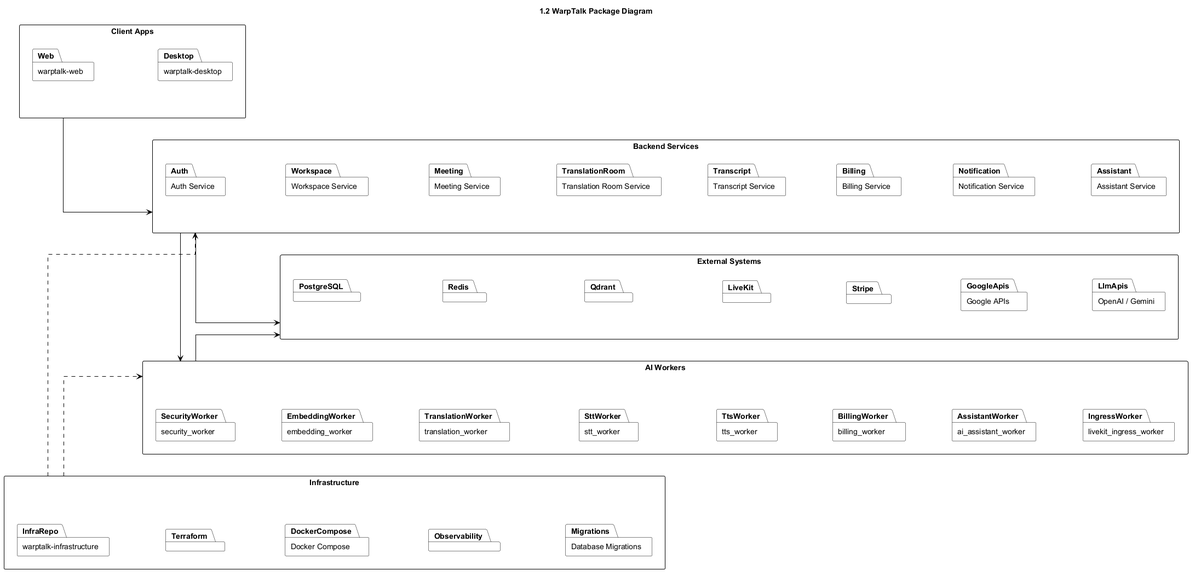
The PlantUML diagram .agents/resources/package diagram/warptalk-package-diagram.png in WarpTalk-CapstoneProject/warptalk-backend, before a commit. The source it was exported from:
```plantuml
@startuml
title 1.2 WarpTalk Package Diagram

left to right direction
hide circle
hide empty members

skinparam monochrome true
skinparam shadowing false
skinparam linetype ortho
skinparam nodesep 60
skinparam ranksep 85
skinparam ArrowFontSize 11
skinparam packageStyle rectangle
skinparam packageBackgroundColor White
skinparam packageBorderColor Black
skinparam ArrowColor Black

package "Client Apps" as ClientApps {
  package "warptalk-web" as Web
  package "warptalk-desktop" as Desktop

  Web -[hidden]down- Desktop
}

package "Backend Services" as Backend {
  package "Auth Service" as Auth
  package "Workspace Service" as Workspace
  package "Meeting Service" as Meeting
  package "Translation Room Service" as TranslationRoom
  package "Transcript Service" as Transcript
  package "Billing Service" as Billing
  package "Notification Service" as Notification
  package "Assistant Service" as Assistant

  Auth -[hidden]down- Workspace
  Workspace -[hidden]down- Meeting
  Meeting -[hidden]down- TranslationRoom
  TranslationRoom -[hidden]down- Transcript
  Transcript -[hidden]down- Billing
  Billing -[hidden]down- Notification
  Notification -[hidden]down- Assistant
}

package "AI Workers" as AIWorkers {
  package "security_worker" as SecurityWorker
  package "embedding_worker" as EmbeddingWorker
  package "translation_worker" as TranslationWorker
  package "stt_worker" as SttWorker
  package "tts_worker" as TtsWorker
  package "billing_worker" as BillingWorker
  package "ai_assistant_worker" as AssistantWorker
  package "livekit_ingress_worker" as IngressWorker

  SecurityWorker -[hidden]down- EmbeddingWorker
  EmbeddingWorker -[hidden]down- TranslationWorker
  TranslationWorker -[hidden]down- SttWorker
  SttWorker -[hidden]down- TtsWorker
  TtsWorker -[hidden]down- BillingWorker
  BillingWorker -[hidden]down- AssistantWorker
  AssistantWorker -[hidden]down- IngressWorker
}

package "Infrastructure" as Infrastructure {
  package "warptalk-infrastructure" as InfraRepo
  package "Terraform" as Terraform
  package "Docker Compose" as DockerCompose
  package "Observability" as Observability
  package "Database Migrations" as Migrations

  InfraRepo -[hidden]down- Terraform
  Terraform -[hidden]down- DockerCompose
  DockerCompose -[hidden]down- Observability
  Observability -[hidden]down- Migrations
}

package "External Systems" as ExternalSystems {
  package "PostgreSQL" as PostgreSQL
  package "Redis" as Redis
  package "Qdrant" as Qdrant
  package "LiveKit" as LiveKit
  package "Stripe" as Stripe
  package "Google APIs" as GoogleApis
  package "OpenAI / Gemini" as LlmApis

  PostgreSQL -[hidden]down- Redis
  Redis -[hidden]down- Qdrant
  Qdrant -[hidden]down- LiveKit
  LiveKit -[hidden]down- Stripe
  Stripe -[hidden]down- GoogleApis
  GoogleApis -[hidden]down- LlmApis
}

ClientApps --> Backend
Backend --> AIWorkers
Backend --> ExternalSystems
AIWorkers --> ExternalSystems
Infrastructure ..> Backend
Infrastructure ..> AIWorkers

ClientApps -[hidden]right- Backend
Backend -[hidden]right- AIWorkers
AIWorkers -[hidden]right- Infrastructure
Infrastructure -[hidden]right- ExternalSystems
@enduml
```
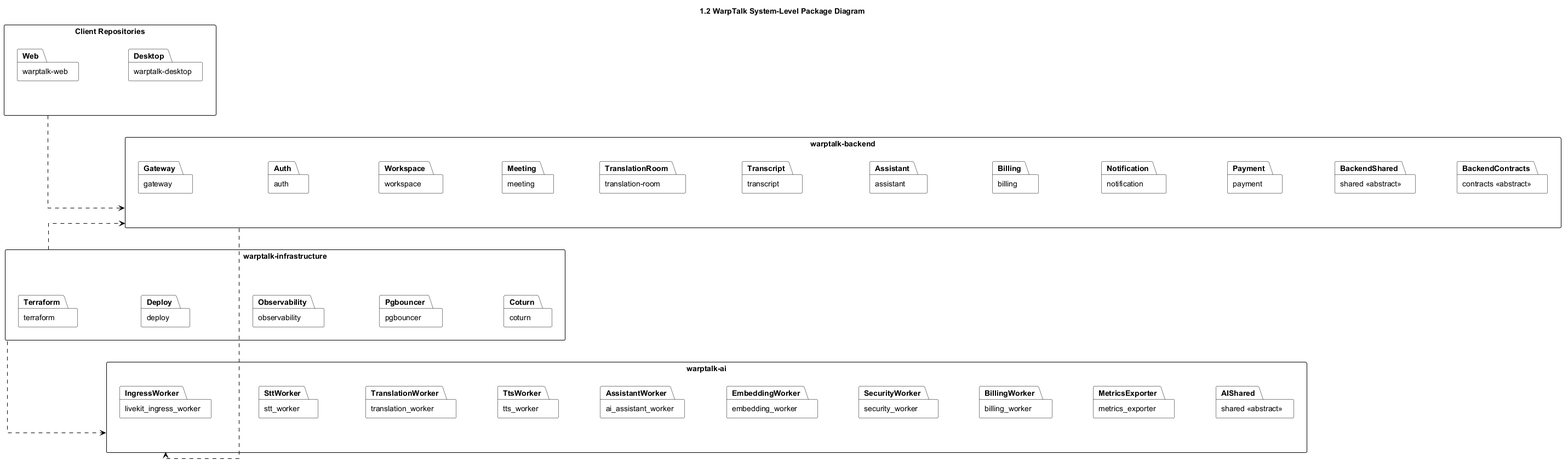
The same diagram one commit later.

Change to the diagram source:
```diff
@@ -1,5 +1,5 @@
 @startuml
-title 1.2 WarpTalk Package Diagram
+title 1.2 WarpTalk System-Level Package Diagram
 
 left to right direction
 hide circle
@@ -8,98 +8,90 @@
 skinparam monochrome true
 skinparam shadowing false
 skinparam linetype ortho
-skinparam nodesep 60
-skinparam ranksep 85
+skinparam nodesep 55
+skinparam ranksep 75
 skinparam ArrowFontSize 11
 skinparam packageStyle rectangle
 skinparam packageBackgroundColor White
 skinparam packageBorderColor Black
 skinparam ArrowColor Black
 
-package "Client Apps" as ClientApps {
+package "Client Repositories" as ClientRepos {
   package "warptalk-web" as Web
   package "warptalk-desktop" as Desktop
 
   Web -[hidden]down- Desktop
 }
 
-package "Backend Services" as Backend {
-  package "Auth Service" as Auth
-  package "Workspace Service" as Workspace
-  package "Meeting Service" as Meeting
-  package "Translation Room Service" as TranslationRoom
-  package "Transcript Service" as Transcript
-  package "Billing Service" as Billing
-  package "Notification Service" as Notification
-  package "Assistant Service" as Assistant
+package "warptalk-backend" as Backend {
+  package "gateway" as Gateway
+  package "auth" as Auth
+  package "workspace" as Workspace
+  package "meeting" as Meeting
+  package "translation-room" as TranslationRoom
+  package "transcript" as Transcript
+  package "assistant" as Assistant
+  package "billing" as Billing
+  package "notification" as Notification
+  package "payment" as Payment
+  package "shared <<abstract>>" as BackendShared
+  package "contracts <<abstract>>" as BackendContracts
 
+  Gateway -[hidden]down- Auth
   Auth -[hidden]down- Workspace
   Workspace -[hidden]down- Meeting
   Meeting -[hidden]down- TranslationRoom
   TranslationRoom -[hidden]down- Transcript
-  Transcript -[hidden]down- Billing
+  Transcript -[hidden]down- Assistant
+  Assistant -[hidden]down- Billing
   Billing -[hidden]down- Notification
-  Notification -[hidden]down- Assistant
+  Notification -[hidden]down- Payment
+  Payment -[hidden]down- BackendShared
+  BackendShared -[hidden]down- BackendContracts
 }
 
-package "AI Workers" as AIWorkers {
+package "warptalk-ai" as AIRuntime {
+  package "livekit_ingress_worker" as IngressWorker
+  package "stt_worker" as SttWorker
+  package "translation_worker" as TranslationWorker
+  package "tts_worker" as TtsWorker
+  package "ai_assistant_worker" as AssistantWorker
+  package "embedding_worker" as EmbeddingWorker
   package "security_worker" as SecurityWorker
-  package "embedding_worker" as EmbeddingWorker
-  package "translation_worker" as TranslationWorker
-  package "stt_worker" as SttWorker
-  package "tts_worker" as TtsWorker
   package "billing_worker" as BillingWorker
-  package "ai_assistant_worker" as AssistantWorker
-  package "livekit_ingress_worker" as IngressWorker
+  package "metrics_exporter" as MetricsExporter
+  package "shared <<abstract>>" as AIShared
 
-  SecurityWorker -[hidden]down- EmbeddingWorker
-  EmbeddingWorker -[hidden]down- TranslationWorker
-  TranslationWorker -[hidden]down- SttWorker
-  SttWorker -[hidden]down- TtsWorker
-  TtsWorker -[hidden]down- BillingWorker
-  BillingWorker -[hidden]down- AssistantWorker
-  AssistantWorker -[hidden]down- IngressWorker
+  IngressWorker -[hidden]down- SttWorker
+  SttWorker -[hidden]down- TranslationWorker
+  TranslationWorker -[hidden]down- TtsWorker
+  TtsWorker -[hidden]down- AssistantWorker
+  AssistantWorker -[hidden]down- EmbeddingWorker
+  EmbeddingWorker -[hidden]down- SecurityWorker
+  SecurityWorker -[hidden]down- BillingWorker
+  BillingWorker -[hidden]down- MetricsExporter
+  MetricsExporter -[hidden]down- AIShared
 }
 
-package "Infrastructure" as Infrastructure {
-  package "warptalk-infrastructure" as InfraRepo
-  package "Terraform" as Terraform
-  package "Docker Compose" as DockerCompose
-  package "Observability" as Observability
-  package "Database Migrations" as Migrations
+package "warptalk-infrastructure" as Infrastructure {
+  package "terraform" as Terraform
+  package "deploy" as Deploy
+  package "observability" as Observability
+  package "pgbouncer" as Pgbouncer
+  package "coturn" as Coturn
 
-  InfraRepo -[hidden]down- Terraform
-  Terraform -[hidden]down- DockerCompose
-  DockerCompose -[hidden]down- Observability
-  Observability -[hidden]down- Migrations
+  Terraform -[hidden]down- Deploy
+  Deploy -[hidden]down- Observability
+  Observability -[hidden]down- Pgbouncer
+  Pgbouncer -[hidden]down- Coturn
 }
 
-package "External Systems" as ExternalSystems {
-  package "PostgreSQL" as PostgreSQL
-  package "Redis" as Redis
-  package "Qdrant" as Qdrant
-  package "LiveKit" as LiveKit
-  package "Stripe" as Stripe
-  package "Google APIs" as GoogleApis
-  package "OpenAI / Gemini" as LlmApis
+ClientRepos ..> Backend
+Backend ..> AIRuntime
+Infrastructure ..> Backend
+Infrastructure ..> AIRuntime
 
-  PostgreSQL -[hidden]down- Redis
-  Redis -[hidden]down- Qdrant
-  Qdrant -[hidden]down- LiveKit
-  LiveKit -[hidden]down- Stripe
-  Stripe -[hidden]down- GoogleApis
-  GoogleApis -[hidden]down- LlmApis
-}
-
-ClientApps --> Backend
-Backend --> AIWorkers
-Backend --> ExternalSystems
-AIWorkers --> ExternalSystems
-Infrastructure ..> Backend
-Infrastructure ..> AIWorkers
-
-ClientApps -[hidden]right- Backend
-Backend -[hidden]right- AIWorkers
-AIWorkers -[hidden]right- Infrastructure
-Infrastructure -[hidden]right- ExternalSystems
+ClientRepos -[hidden]right- Backend
+Backend -[hidden]right- AIRuntime
+AIRuntime -[hidden]right- Infrastructure
 @enduml
```
